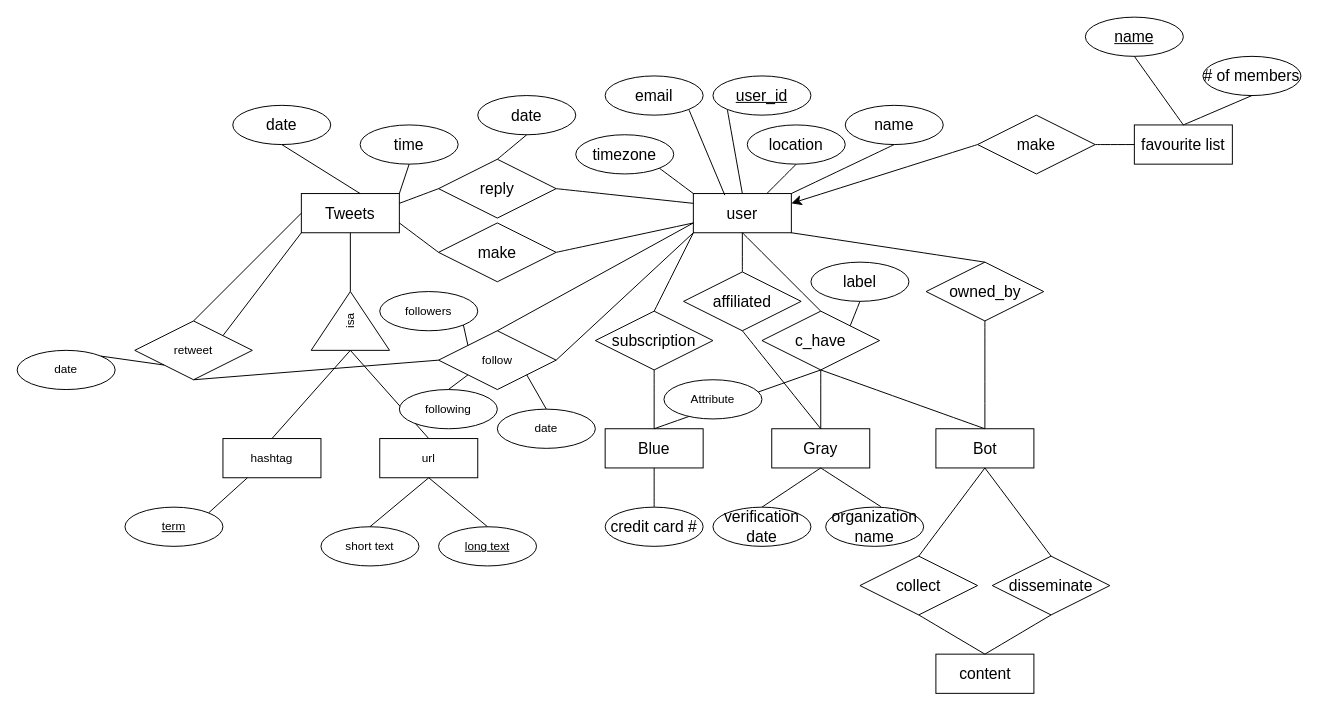
slappy163/291-Assignment-1 keeps this draw.io diagram as Part1/Daniel/Untitled Diagram.drawio. Above is the earlier version. Source tidied: cells renumbered, new cells numbered last; positions are measured from the earlier drawing's top-left corner, leaving out a move shared by most shapes. Both pictures are drawn from the tidied source at 98%, with x=0, y=0 at pixel (17, 17).
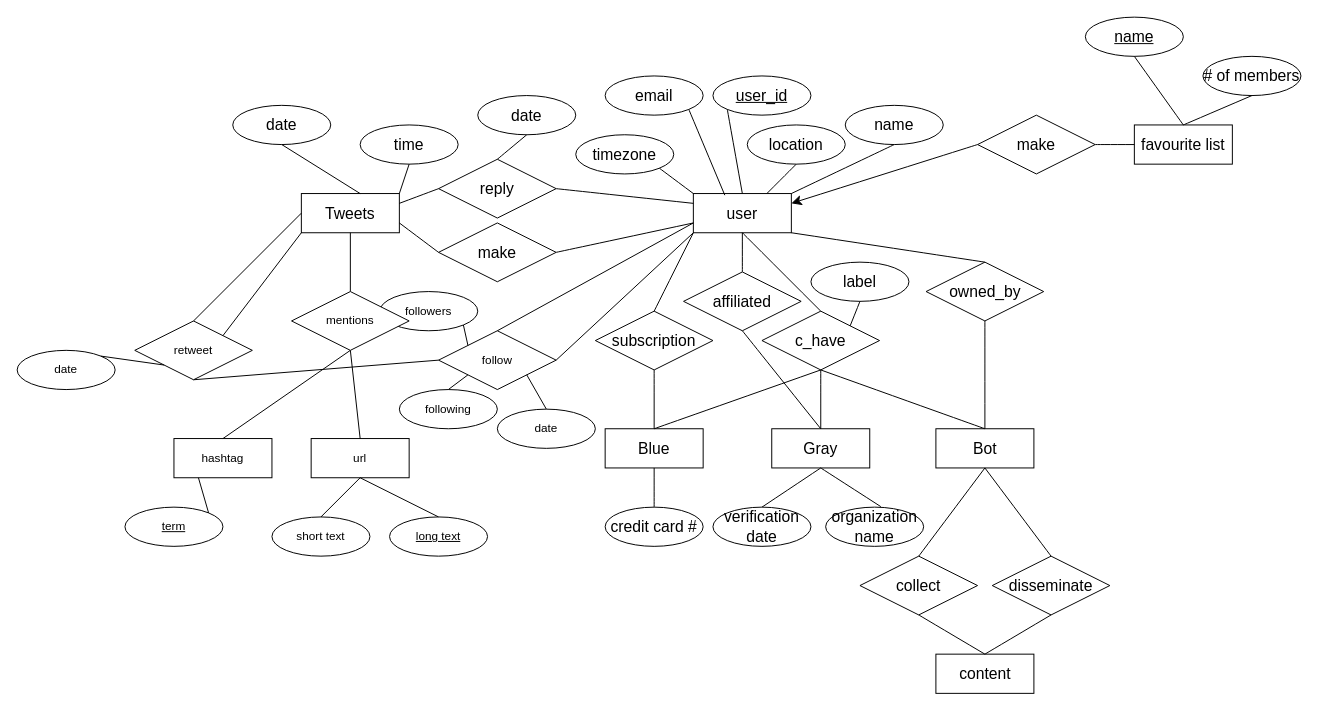
The same page after the edit.

The change refers to these unchanged cells:
```xml
<mxCell id="53" value="Tweets" style="whiteSpace=wrap;html=1;align=center;fontSize=16;" parent="1" vertex="1">
  <mxGeometry x="290" y="180" width="100" height="40" as="geometry" />
</mxCell>
```

Diff of the diagram source:
```diff
@@
-    <mxCell id="71" value="isa" style="triangle;whiteSpace=wrap;html=1;rotation=-90;" parent="1" vertex="1">
-      <mxGeometry x="310" y="270" width="60" height="80" as="geometry" />
-    </mxCell>
-    <mxCell id="72" style="endArrow=none;html=1;rounded=0;exitX=0.5;exitY=1;exitDx=0;exitDy=0;entryX=1;entryY=0.5;entryDx=0;entryDy=0;" parent="1" edge="1" source="53" target="71">
-      <mxGeometry relative="1" as="geometry" />
+    <mxCell id="72" style="endArrow=none;html=1;rounded=0;exitX=0.5;exitY=1;exitDx=0;exitDy=0;entryX=1;entryY=0.5;entryDx=0;entryDy=0;" parent="1" edge="1" source="53">
+      <mxGeometry relative="1" as="geometry">
+        <mxPoint x="340" y="280" as="targetPoint" />
+      </mxGeometry>
     </mxCell>
     <mxCell id="73" value="hashtag" style="whiteSpace=wrap;html=1;align=center;" parent="1" vertex="1">
-      <mxGeometry x="210" y="430" width="100" height="40" as="geometry" />
+      <mxGeometry x="160" y="430" width="100" height="40" as="geometry" />
     </mxCell>
     <mxCell id="74" value="url" style="whiteSpace=wrap;html=1;align=center;" parent="1" vertex="1">
-      <mxGeometry x="370" y="430" width="100" height="40" as="geometry" />
+      <mxGeometry x="300" y="430" width="100" height="40" as="geometry" />
     </mxCell>
-    <mxCell id="75" style="endArrow=none;html=1;rounded=0;exitX=0;exitY=0.5;exitDx=0;exitDy=0;entryX=0.5;entryY=0;entryDx=0;entryDy=0;" parent="1" edge="1" source="71" target="73">
-      <mxGeometry relative="1" as="geometry" />
+    <mxCell id="75" style="endArrow=none;html=1;rounded=0;exitX=0;exitY=0.5;exitDx=0;exitDy=0;entryX=0.5;entryY=0;entryDx=0;entryDy=0;" parent="1" edge="1" target="73">
+      <mxGeometry relative="1" as="geometry">
+        <mxPoint x="340" y="340" as="sourcePoint" />
+      </mxGeometry>
     </mxCell>
-    <mxCell id="76" style="endArrow=none;html=1;rounded=0;exitX=0;exitY=0.5;exitDx=0;exitDy=0;entryX=0.5;entryY=0;entryDx=0;entryDy=0;" parent="1" edge="1" source="71" target="74">
-      <mxGeometry relative="1" as="geometry" />
+    <mxCell id="76" style="endArrow=none;html=1;rounded=0;exitX=0;exitY=0.5;exitDx=0;exitDy=0;entryX=0.5;entryY=0;entryDx=0;entryDy=0;" parent="1" edge="1" target="74">
+      <mxGeometry relative="1" as="geometry">
+        <mxPoint x="340" y="340" as="sourcePoint" />
+      </mxGeometry>
     </mxCell>
@@
     <mxCell id="79" value="short text" style="ellipse;whiteSpace=wrap;html=1;align=center;" parent="1" vertex="1">
-      <mxGeometry x="310" y="520" width="100" height="40" as="geometry" />
+      <mxGeometry x="260" y="510" width="100" height="40" as="geometry" />
     </mxCell>
     <mxCell id="80" value="&lt;u&gt;long text&lt;/u&gt;" style="ellipse;whiteSpace=wrap;html=1;align=center;" parent="1" vertex="1">
-      <mxGeometry x="430" y="520" width="100" height="40" as="geometry" />
+      <mxGeometry x="380" y="510" width="100" height="40" as="geometry" />
     </mxCell>
@@
-    <mxCell id="90" value="Attribute" style="ellipse;whiteSpace=wrap;html=1;align=center;" parent="1" vertex="1">
-      <mxGeometry x="660" y="370" width="100" height="40" as="geometry" />
-    </mxCell>
@@
+    <mxCell id="94" value="mentions" style="shape=rhombus;perimeter=rhombusPerimeter;whiteSpace=wrap;html=1;align=center;" parent="1" vertex="1">
+      <mxGeometry x="280" y="280" width="120" height="60" as="geometry" />
+    </mxCell>
```
